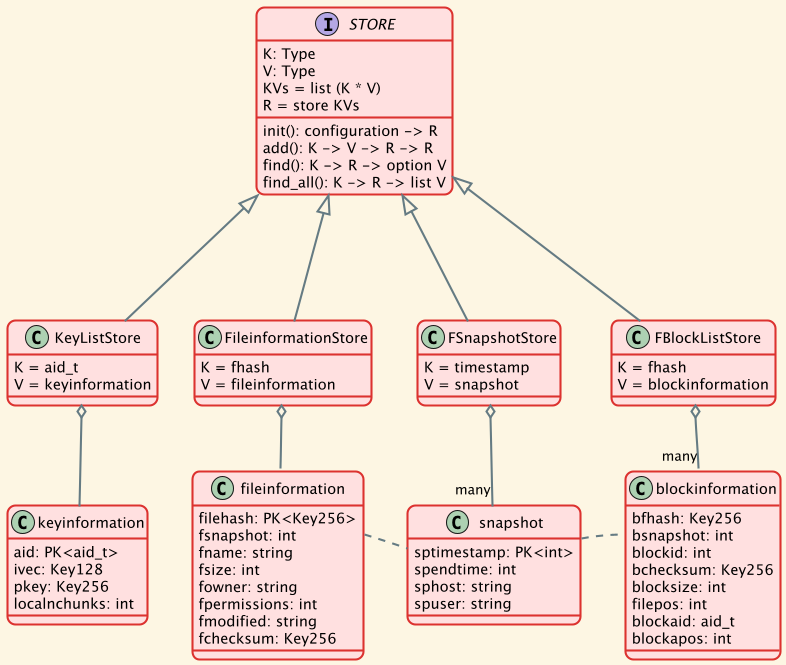
Earlier version of the PlantUML export out/services.uml/store/store.png (eLyKseeR/modelling).
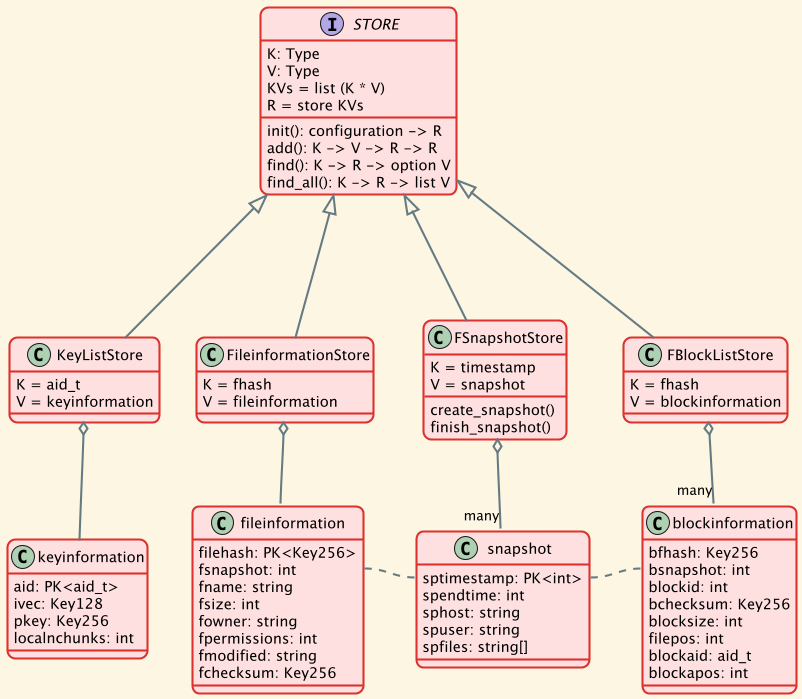
Above is the later version.

Commit message:
snapshot store

What changed in the source:
```diff
@@ -1,6 +1,8 @@
 @startuml
 
 !include ../relations.uml/assembly.puml!0
+!include ../relations.uml/assembly.puml!1
+!include ../relations.uml/assembly.puml!2
 !include ../relations.uml/filesupport.puml
 !include ../relations.uml/snapshot.puml
 
@@ -44,6 +46,8 @@
 class FSnapshotStore {
     K = timestamp
     V = snapshot
+    create_snapshot()
+    finish_snapshot()
 }
 
 FSnapshotStore o-- "many" snapshot
@@ -55,8 +59,8 @@
 
 FBlockListStore o-- "many" blockinformation
 
-blockinformation::bsnapshot .left. snapshot
-fileinformation::fsnapshot .right. snapshot
+blockinformation::bsnapshot .left. snapshot::sptimestamp
+fileinformation::fsnapshot .right. snapshot::sptimestamp
 
 remove assemblyinformation
 
```
